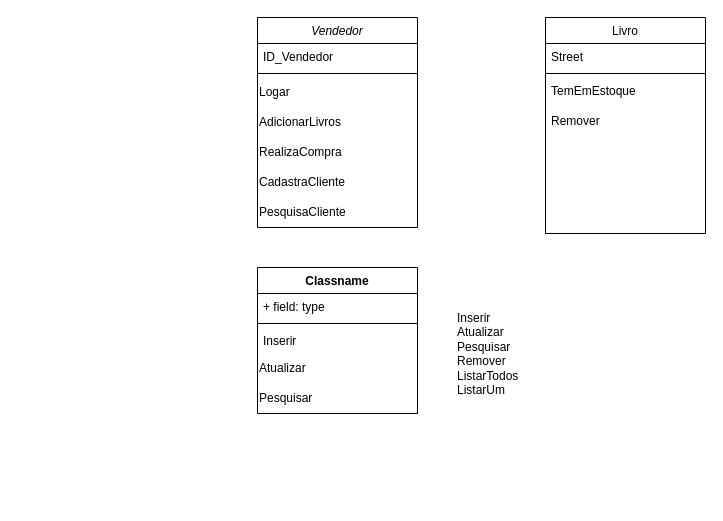
AlecrimLunar/Banco-de-dados-Livraria keeps this draw.io diagram as Documentação/UML_Primeira_Parte.drawio. Above is the earlier version. Source tidied: cells renumbered, new cells numbered last; positions are measured from the earlier drawing's top-left corner, leaving out a move shared by most shapes. Both pictures are drawn from the tidied source at 100%, with x=0, y=0 at pixel (257, 17).
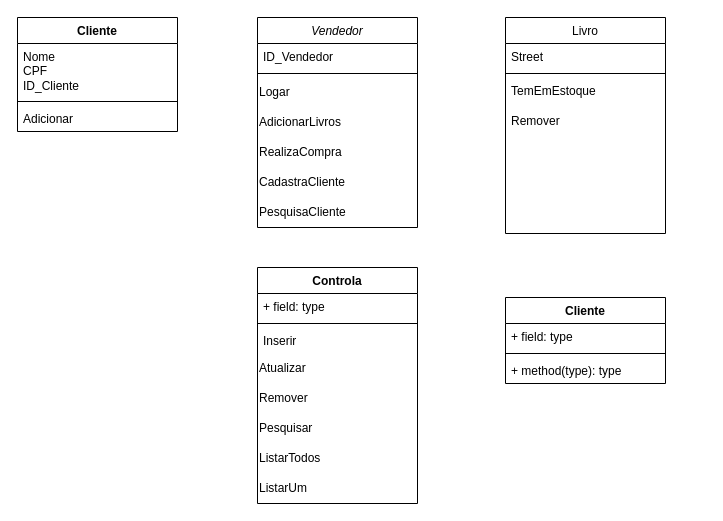
The same page after the edit.

Change to the diagram source:
```diff
@@
     <mxCell id="10" value="Livro" style="swimlane;fontStyle=0;align=center;verticalAlign=top;horizontal=1;startSize=26;rounded=0;shadow=0;strokeWidth=1;" parent="1" vertex="1">
-      <mxGeometry x="288" width="160" height="216" as="geometry" />
+      <mxGeometry x="248" width="160" height="216" as="geometry" />
     </mxCell>
@@
-    <mxCell id="15" value="Inserir&lt;br&gt;Atualizar&lt;br&gt;Pesquisar&lt;br&gt;Remover&lt;br&gt;ListarTodos&lt;br&gt;ListarUm" style="text;strokeColor=none;fillColor=none;align=left;verticalAlign=top;spacingLeft=4;spacingRight=4;overflow=hidden;whiteSpace=wrap;html=1;" parent="1" vertex="1">
-      <mxGeometry x="194" y="287" width="160" height="96" as="geometry" />
-    </mxCell>
-    <mxCell id="16" value="Classname" style="swimlane;fontStyle=1;align=center;verticalAlign=top;horizontal=1;startSize=26;whiteSpace=wrap;html=1;" parent="1" vertex="1">
-      <mxGeometry y="250" width="160" height="146" as="geometry" />
+    <mxCell id="16" value="Controla" style="swimlane;fontStyle=1;align=center;verticalAlign=top;horizontal=1;startSize=26;whiteSpace=wrap;html=1;" parent="1" vertex="1">
+      <mxGeometry y="250" width="160" height="236" as="geometry" />
     </mxCell>
@@
+    <mxCell id="22" value="Remover" style="text;html=1;align=left;verticalAlign=middle;strokeColor=none;fillColor=none;" parent="16" vertex="1">
+      <mxGeometry y="116" width="160" height="30" as="geometry" />
+    </mxCell>
     <mxCell id="21" value="Pesquisar" style="text;html=1;align=left;verticalAlign=middle;strokeColor=none;fillColor=none;" parent="16" vertex="1">
-      <mxGeometry y="116" width="160" height="30" as="geometry" />
+      <mxGeometry y="146" width="160" height="30" as="geometry" />
     </mxCell>
+    <mxCell id="23" value="&lt;div align=&quot;left&quot;&gt;ListarTodos&lt;br&gt;&lt;/div&gt;" style="text;html=1;align=left;verticalAlign=middle;strokeColor=none;fillColor=none;" parent="16" vertex="1">
+      <mxGeometry y="176" width="160" height="30" as="geometry" />
+    </mxCell>
+    <mxCell id="24" value="ListarUm" style="text;html=1;align=left;verticalAlign=middle;strokeColor=none;fillColor=none;" parent="16" vertex="1">
+      <mxGeometry y="206" width="160" height="30" as="geometry" />
+    </mxCell>
+    <mxCell id="25" value="Cliente" style="swimlane;fontStyle=1;align=center;verticalAlign=top;horizontal=1;startSize=26;whiteSpace=wrap;html=1;" parent="1" vertex="1">
+      <mxGeometry x="248" y="280" width="160" height="86" as="geometry" />
+    </mxCell>
+    <mxCell id="26" value="+ field: type" style="text;strokeColor=none;fillColor=none;align=left;verticalAlign=top;spacingLeft=4;spacingRight=4;overflow=hidden;whiteSpace=wrap;html=1;" parent="25" vertex="1">
+      <mxGeometry y="26" width="160" height="26" as="geometry" />
+    </mxCell>
+    <mxCell id="27" style="line;strokeWidth=1;fillColor=none;align=left;verticalAlign=middle;spacingTop=-1;spacingLeft=3;spacingRight=3;labelPosition=right;strokeColor=inherit;" parent="25" vertex="1">
+      <mxGeometry y="52" width="160" height="8" as="geometry" />
+    </mxCell>
+    <mxCell id="28" value="+ method(type): type" style="text;strokeColor=none;fillColor=none;align=left;verticalAlign=top;spacingLeft=4;spacingRight=4;overflow=hidden;whiteSpace=wrap;html=1;" parent="25" vertex="1">
+      <mxGeometry y="60" width="160" height="26" as="geometry" />
+    </mxCell>
+    <mxCell id="29" value="Cliente" style="swimlane;fontStyle=1;align=center;verticalAlign=top;horizontal=1;startSize=26;whiteSpace=wrap;html=1;" parent="1" vertex="1">
+      <mxGeometry x="-240" width="160" height="114" as="geometry" />
+    </mxCell>
+    <mxCell id="30" value="Nome&lt;br&gt;&lt;div&gt;CPF&lt;/div&gt;&lt;div&gt;ID_Cliente&lt;/div&gt;" style="text;strokeColor=none;fillColor=none;align=left;verticalAlign=top;spacingLeft=4;spacingRight=4;overflow=hidden;whiteSpace=wrap;html=1;" parent="29" vertex="1">
+      <mxGeometry y="26" width="160" height="54" as="geometry" />
+    </mxCell>
+    <mxCell id="31" style="line;strokeWidth=1;fillColor=none;align=left;verticalAlign=middle;spacingTop=-1;spacingLeft=3;spacingRight=3;labelPosition=right;strokeColor=inherit;" parent="29" vertex="1">
+      <mxGeometry y="80" width="160" height="8" as="geometry" />
+    </mxCell>
+    <mxCell id="32" value="Adicionar" style="text;strokeColor=none;fillColor=none;align=left;verticalAlign=top;spacingLeft=4;spacingRight=4;overflow=hidden;whiteSpace=wrap;html=1;" parent="29" vertex="1">
+      <mxGeometry y="88" width="160" height="26" as="geometry" />
+    </mxCell>
```
